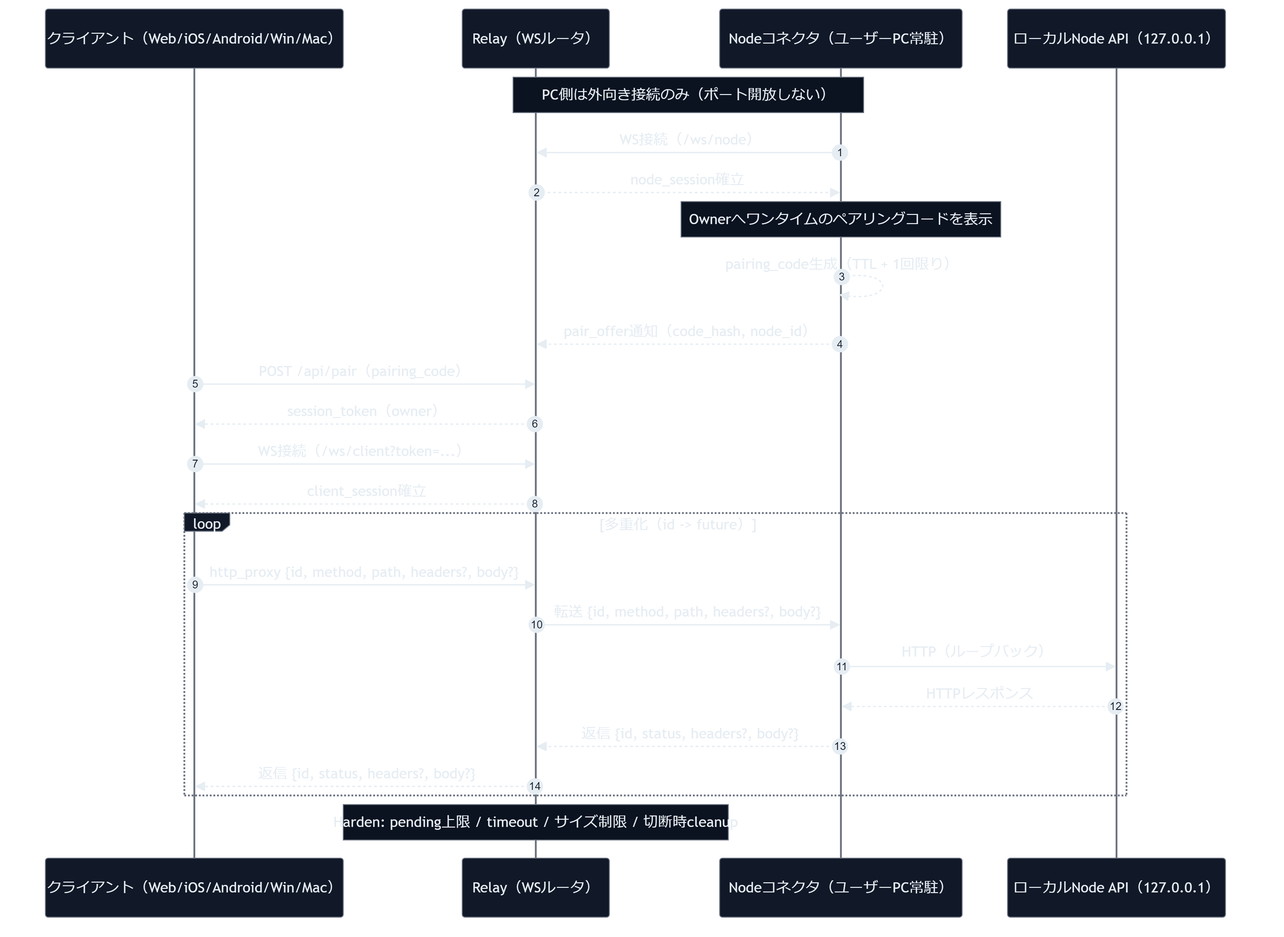
The Mermaid diagram docs/diagrams/relay_pairing_and_proxy_jp_dark.png in YoneRai12/YonerAI, before a commit. Its source is kept beside it as docs/diagrams/relay_pairing_and_proxy_jp_dark.mmd.
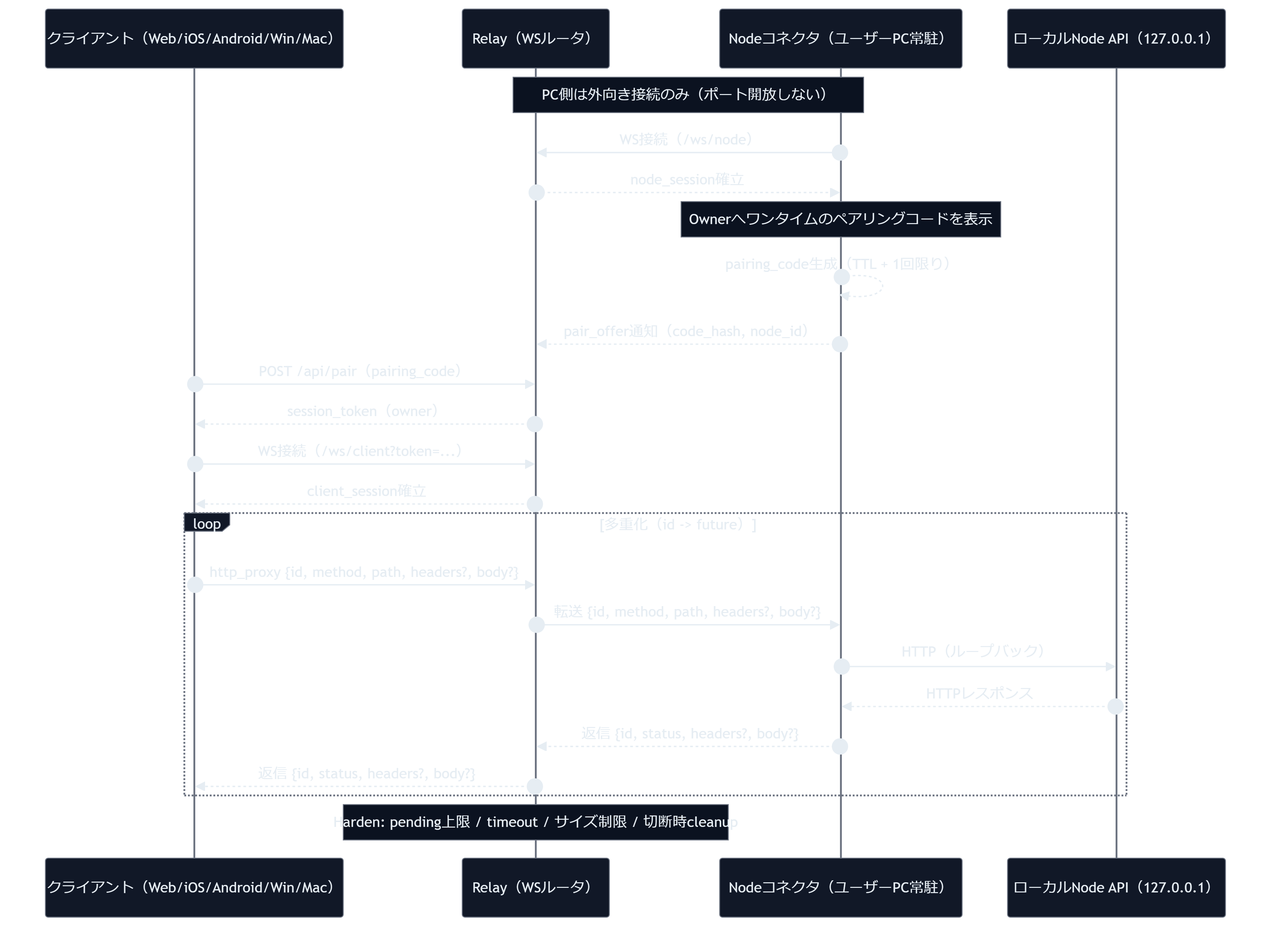
Above is the later version.

The edit, as a diff of the source:
```diff
@@ -10,8 +10,8 @@
   "actorTextColor":"#e6edf3",
   "signalColor":"#e6edf3",
   "signalTextColor":"#e6edf3",
-  "sequenceNumberBgColor":"#e6edf3",
-  "sequenceNumberColor":"#111827",
+  "sequenceNumberBgColor":"#111827",
+  "sequenceNumberColor":"#e6edf3",
   "labelBoxBkgColor":"#111827",
   "labelBoxBorderColor":"#6b7280",
   "labelTextColor":"#e6edf3",
```
